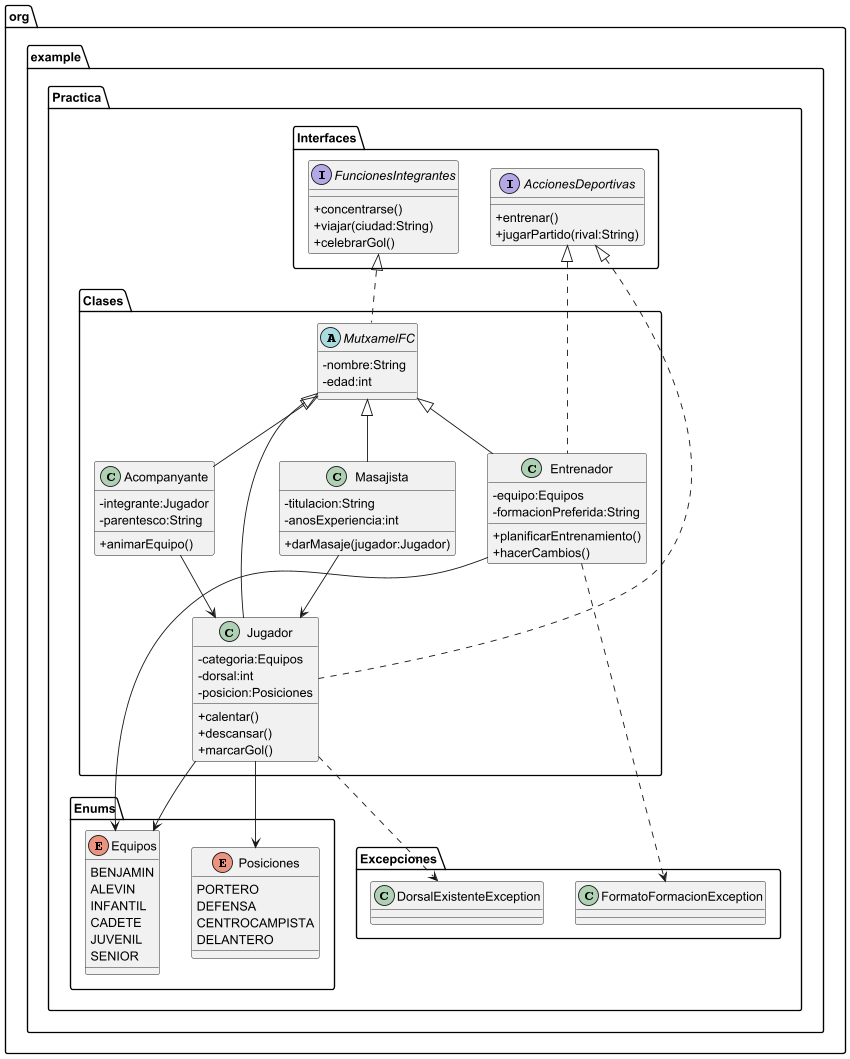
Earlier version of the PlantUML export programacion_ud6/src/main/java/org/example/Practica/diagrama.png (adrigeada/programacion_ud6).
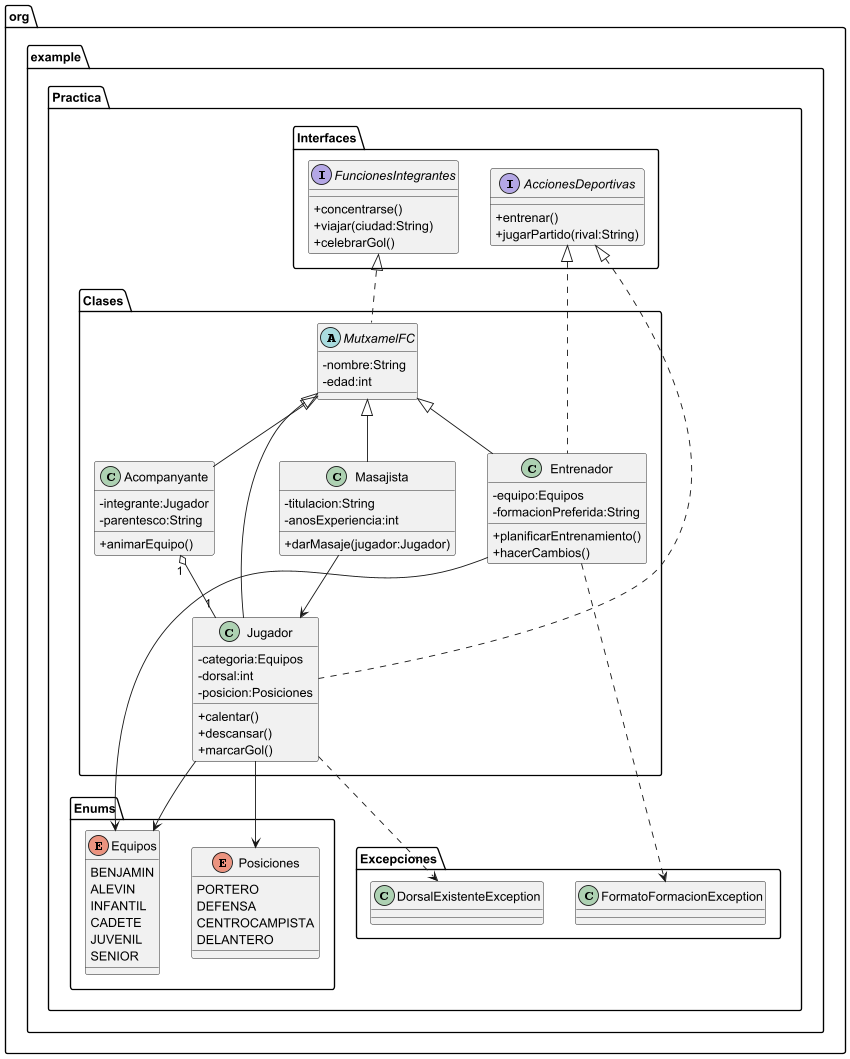
After the commit.

The edit, as a diff of the source:
```diff
@@ -88,7 +88,7 @@
 Jugador --> Equipos
 Jugador --> Posiciones
 Entrenador --> Equipos
-Acompanyante --> Jugador
+Acompanyante "1" o-- "1" Jugador
 Masajista --> Jugador
 
 Jugador ..> DorsalExistenteException
```
